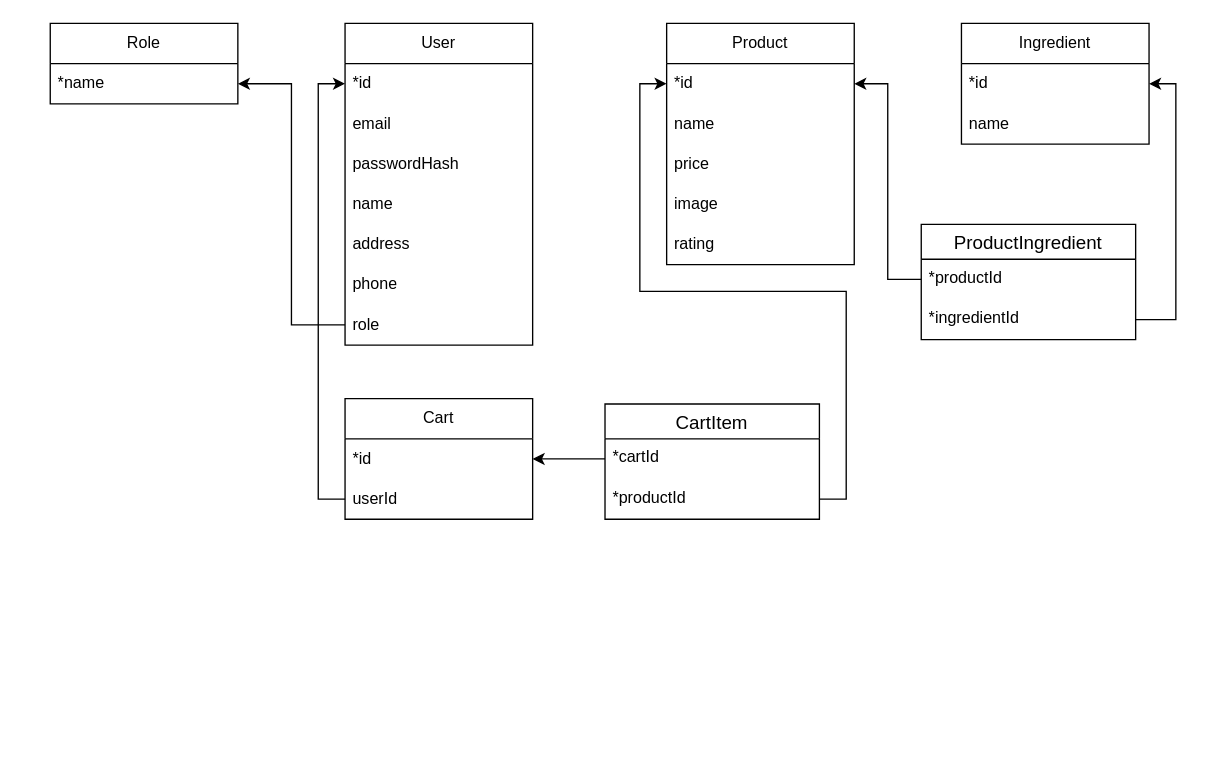
fevoritos/kentucky-baked-pizza keeps this draw.io diagram as page "Страница — 2" (2 of 2) of database.drawio. Above is the earlier version. Source tidied: cells renumbered, new cells numbered last; positions are measured from the earlier drawing's top-left corner, leaving out a move shared by most shapes. Both pictures are drawn from the tidied source at 134%, with x=0, y=0 at pixel (50, 23).
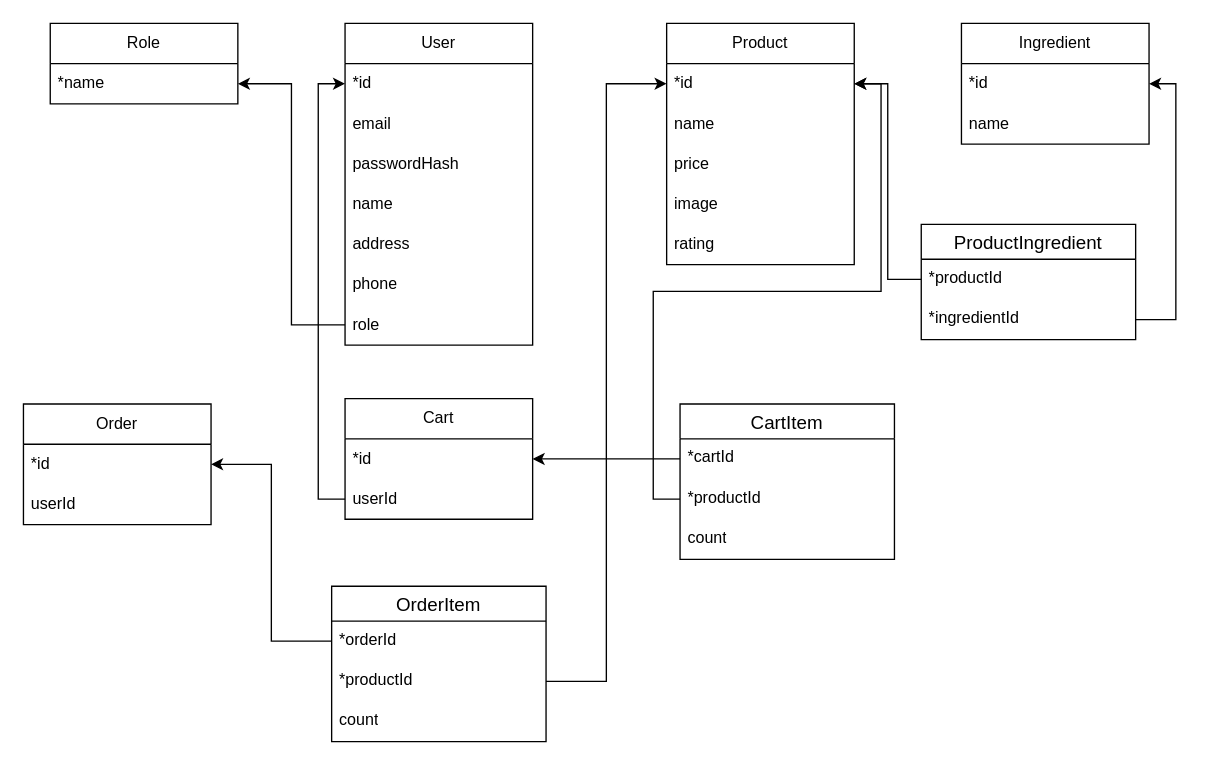
The same page after the edit.

The change refers to these unchanged cells:
```xml
<mxCell id="11" value="*id" style="text;strokeColor=none;fillColor=none;align=left;verticalAlign=middle;spacingLeft=4;spacingRight=4;overflow=hidden;points=[[0,0.5],[1,0.5]];portConstraint=eastwest;whiteSpace=wrap;html=1;" parent="10" vertex="1">
  <mxGeometry y="30" width="140" height="30" as="geometry" />
</mxCell>
```

The edit, as a diff of the source:
```diff
@@
     <mxCell id="22" value="CartItem" style="swimlane;fontStyle=0;horizontal=1;startSize=26;align=center;fontSize=14;" parent="1" vertex="1">
-      <mxGeometry x="414" y="284" width="160" height="86" as="geometry" />
+      <mxGeometry x="470" y="284" width="160" height="116" as="geometry" />
     </mxCell>
@@
+    <mxCell id="36" value="count" style="text;strokeColor=none;fillColor=none;spacingLeft=4;spacingRight=4;overflow=hidden;fontSize=12;whiteSpace=wrap;html=1;" parent="22" vertex="1">
+      <mxGeometry y="86" width="160" height="30" as="geometry" />
+    </mxCell>
@@
+    <mxCell id="37" value="Order" style="swimlane;fontStyle=0;horizontal=1;startSize=30;whiteSpace=wrap;html=1;" parent="1" vertex="1">
+      <mxGeometry x="-20" y="284" width="140" height="90" as="geometry" />
+    </mxCell>
+    <mxCell id="38" value="*id" style="text;strokeColor=none;fillColor=none;align=left;verticalAlign=middle;spacingLeft=4;spacingRight=4;overflow=hidden;points=[[0,0.5],[1,0.5]];portConstraint=eastwest;whiteSpace=wrap;html=1;" parent="37" vertex="1">
+      <mxGeometry y="30" width="140" height="30" as="geometry" />
+    </mxCell>
+    <mxCell id="39" value="userId" style="text;strokeColor=none;fillColor=none;align=left;verticalAlign=middle;spacingLeft=4;spacingRight=4;overflow=hidden;whiteSpace=wrap;html=1;" parent="37" vertex="1">
+      <mxGeometry y="60" width="140" height="30" as="geometry" />
+    </mxCell>
+    <mxCell id="40" value="OrderItem" style="swimlane;fontStyle=0;horizontal=1;startSize=26;align=center;fontSize=14;" parent="1" vertex="1">
+      <mxGeometry x="210" y="420" width="160" height="116" as="geometry" />
+    </mxCell>
+    <mxCell id="41" value="*orderId" style="text;strokeColor=none;fillColor=none;spacingLeft=4;spacingRight=4;overflow=hidden;points=[[0,0.5],[1,0.5]];portConstraint=eastwest;fontSize=12;whiteSpace=wrap;html=1;" parent="40" vertex="1">
+      <mxGeometry y="26" width="160" height="30" as="geometry" />
+    </mxCell>
+    <mxCell id="42" value="*productId" style="text;strokeColor=none;fillColor=none;spacingLeft=4;spacingRight=4;overflow=hidden;points=[[0,0.5],[1,0.5]];portConstraint=eastwest;fontSize=12;whiteSpace=wrap;html=1;" parent="40" vertex="1">
+      <mxGeometry y="56" width="160" height="30" as="geometry" />
+    </mxCell>
+    <mxCell id="43" value="count" style="text;strokeColor=none;fillColor=none;spacingLeft=4;spacingRight=4;overflow=hidden;fontSize=12;whiteSpace=wrap;html=1;" parent="40" vertex="1">
+      <mxGeometry y="86" width="160" height="30" as="geometry" />
+    </mxCell>
+    <mxCell id="44" style="edgeStyle=orthogonalEdgeStyle;rounded=0;jettySize=auto;html=1;entryX=1;entryY=0.5;entryDx=0;entryDy=0;" parent="1" edge="1" source="41" target="38">
+      <mxGeometry relative="1" as="geometry" />
+    </mxCell>
+    <mxCell id="45" style="edgeStyle=orthogonalEdgeStyle;rounded=0;jettySize=auto;html=1;entryX=0;entryY=0.5;entryDx=0;entryDy=0;" parent="1" edge="1" source="42" target="11">
+      <mxGeometry relative="1" as="geometry" />
+    </mxCell>
```
